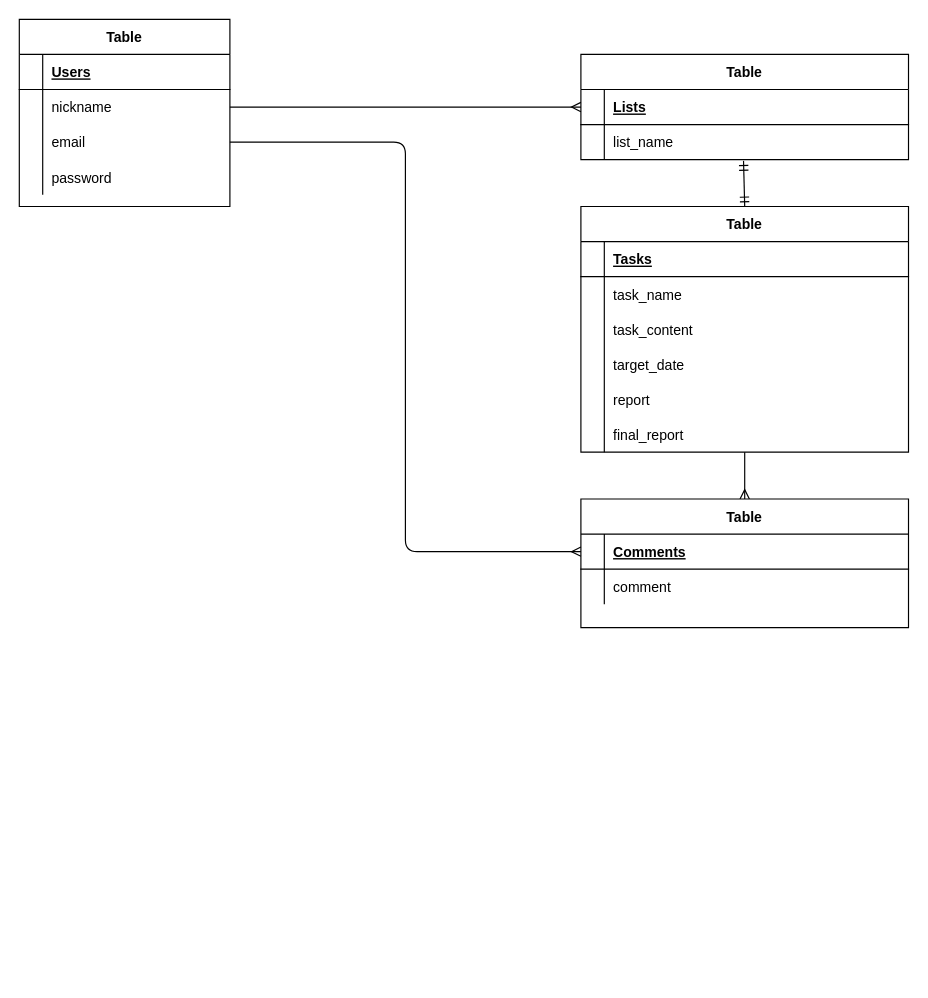
Earlier version of the draw.io diagram db.dio (IguchiRyo622/task-Bdash). Source tidied: cells renumbered, new cells numbered last; positions are measured from the earlier drawing's top-left corner, leaving out a move shared by most shapes. Both pictures are drawn from the tidied source at 117%, with x=0, y=0 at pixel (19, 19).
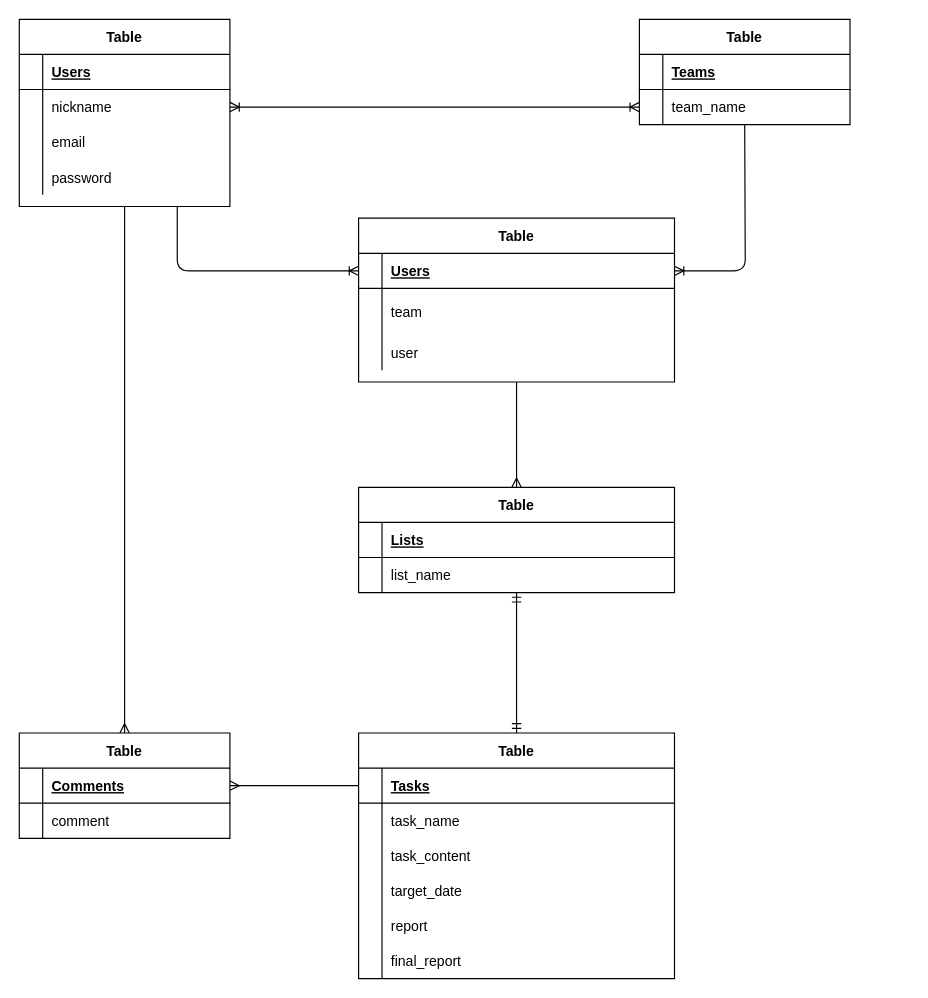
The same page after the edit.

The change refers to these unchanged cells:
```xml
<mxCell id="2" value="Table" style="shape=table;startSize=30;childLayout=tableLayout;rowLines=0;fontStyle=1;align=center;" parent="1" vertex="1">
  <mxGeometry width="180" height="160" as="geometry" />
</mxCell>
<mxCell id="6" style="shape=partialRectangle;fillColor=none;top=0;left=0;bottom=0;right=0;points=[[0,0.5],[1,0.5]];portConstraint=eastwest;" parent="2" vertex="1">
  <mxGeometry y="60" width="180" height="30" as="geometry" />
</mxCell>
<mxCell id="9" style="shape=partialRectangle;fillColor=none;top=0;left=0;bottom=0;right=0;points=[[0,0.5],[1,0.5]];portConstraint=eastwest;" parent="2" vertex="1">
  <mxGeometry y="90" width="180" height="30" as="geometry" />
</mxCell>
```

What changed in the source:
```diff
@@
-    <mxCell id="15" style="rounded=0;jettySize=auto;html=1;exitX=0;exitY=0.5;exitDx=0;exitDy=0;startArrow=ERmany;startFill=0;endArrow=none;endFill=0;entryX=1;entryY=0.5;entryDx=0;entryDy=0;" parent="1" edge="1" source="20" target="6">
+    <mxCell id="15" style="rounded=0;jettySize=auto;html=1;exitX=0.5;exitY=0;exitDx=0;exitDy=0;startArrow=ERmany;startFill=0;endArrow=none;endFill=0;entryX=0.5;entryY=1;entryDx=0;entryDy=0;" parent="1" edge="1" source="19" target="62">
       <mxGeometry relative="1" as="geometry" />
     </mxCell>
-    <mxCell id="16" style="fontSize=12;html=1;endArrow=ERmandOne;startArrow=ERmandOne;exitX=0.5;exitY=0;exitDx=0;exitDy=0;startFill=0;" parent="1" edge="1" source="26">
-      <mxGeometry relative="1" as="geometry">
-        <mxPoint x="619" y="121" as="targetPoint" />
-      </mxGeometry>
+    <mxCell id="16" style="fontSize=12;html=1;endArrow=ERmandOne;startArrow=ERmandOne;exitX=0.5;exitY=0;exitDx=0;exitDy=0;startFill=0;" parent="1" edge="1" source="26" target="23">
+      <mxGeometry relative="1" as="geometry" />
     </mxCell>
-    <mxCell id="17" style="edgeStyle=orthogonalEdgeStyle;fontSize=12;html=1;endArrow=ERmany;exitX=1;exitY=0.5;exitDx=0;exitDy=0;entryX=0;entryY=0.5;entryDx=0;entryDy=0;endFill=0;" parent="1" edge="1" source="9" target="46">
+    <mxCell id="17" style="fontSize=12;html=1;endArrow=ERmany;exitX=0.5;exitY=1;exitDx=0;exitDy=0;entryX=0.5;entryY=0;entryDx=0;entryDy=0;endFill=0;" parent="1" edge="1" source="2" target="45">
       <mxGeometry relative="1" as="geometry" />
     </mxCell>
-    <mxCell id="18" style="fontSize=12;html=1;endArrow=ERmany;endFill=0;" parent="1" edge="1" source="42" target="45">
+    <mxCell id="18" style="fontSize=12;html=1;endArrow=ERmany;endFill=0;exitX=0;exitY=0.5;exitDx=0;exitDy=0;entryX=1;entryY=0.5;entryDx=0;entryDy=0;" parent="1" edge="1" source="27" target="46">
       <mxGeometry relative="1" as="geometry" />
     </mxCell>
     <mxCell id="19" value="Table" style="shape=table;startSize=30;childLayout=tableLayout;rowLines=0;fontStyle=1;align=center;" parent="1" vertex="1">
-      <mxGeometry x="480" y="30" width="280" height="90" as="geometry" />
+      <mxGeometry x="290" y="400" width="270" height="90" as="geometry" />
     </mxCell>
     <mxCell id="20" style="shape=partialRectangle;fillColor=none;top=0;left=0;bottom=1;right=0;points=[[0,0.5],[1,0.5]];portConstraint=eastwest;" parent="19" vertex="1">
-      <mxGeometry y="30" width="280" height="30" as="geometry" />
+      <mxGeometry y="30" width="270" height="30" as="geometry" />
     </mxCell>
@@
     <mxCell id="22" value="Lists" style="shape=partialRectangle;fillColor=none;top=0;left=0;bottom=0;right=0;align=left;spacingLeft=6;fontStyle=5;overflow=hidden;" parent="20" vertex="1">
-      <mxGeometry x="20" width="260" height="30" as="geometry" />
+      <mxGeometry x="20" width="250" height="30" as="geometry" />
     </mxCell>
     <mxCell id="23" style="shape=partialRectangle;fillColor=none;top=0;left=0;bottom=0;right=0;points=[[0,0.5],[1,0.5]];portConstraint=eastwest;" parent="19" vertex="1">
-      <mxGeometry y="60" width="280" height="30" as="geometry" />
+      <mxGeometry y="60" width="270" height="30" as="geometry" />
     </mxCell>
@@
     <mxCell id="25" value="list_name" style="shape=partialRectangle;fillColor=none;top=0;left=0;bottom=0;right=0;align=left;spacingLeft=6;overflow=hidden;" parent="23" vertex="1">
-      <mxGeometry x="20" width="260" height="30" as="geometry" />
+      <mxGeometry x="20" width="250" height="30" as="geometry" />
     </mxCell>
+    <mxCell id="45" value="Table" style="shape=table;startSize=30;childLayout=tableLayout;rowLines=0;fontStyle=1;align=center;" parent="1" vertex="1">
+      <mxGeometry y="610" width="180" height="90" as="geometry" />
+    </mxCell>
+    <mxCell id="46" style="shape=partialRectangle;fillColor=none;top=0;left=0;bottom=1;right=0;points=[[0,0.5],[1,0.5]];portConstraint=eastwest;" parent="45" vertex="1">
+      <mxGeometry y="30" width="180" height="30" as="geometry" />
+    </mxCell>
+    <mxCell id="47" style="shape=partialRectangle;fillColor=none;top=0;left=0;bottom=0;right=0;fontStyle=1;overflow=hidden;" parent="46" vertex="1">
+      <mxGeometry width="20" height="30" as="geometry" />
+    </mxCell>
+    <mxCell id="48" value="Comments" style="shape=partialRectangle;fillColor=none;top=0;left=0;bottom=0;right=0;align=left;spacingLeft=6;fontStyle=5;overflow=hidden;" parent="46" vertex="1">
+      <mxGeometry x="20" width="160" height="30" as="geometry" />
+    </mxCell>
+    <mxCell id="49" style="shape=partialRectangle;fillColor=none;top=0;left=0;bottom=0;right=0;" parent="45" vertex="1">
+      <mxGeometry y="60" width="180" height="30" as="geometry" />
+    </mxCell>
+    <mxCell id="50" style="shape=partialRectangle;fillColor=none;top=0;left=0;bottom=0;right=0;overflow=hidden;" parent="49" vertex="1">
+      <mxGeometry width="20" height="30" as="geometry" />
+    </mxCell>
+    <mxCell id="51" value="comment" style="shape=partialRectangle;fillColor=none;top=0;left=0;bottom=0;right=0;align=left;spacingLeft=6;overflow=hidden;" parent="49" vertex="1">
+      <mxGeometry x="20" width="160" height="30" as="geometry" />
+    </mxCell>
+    <mxCell id="52" value="Table" style="shape=table;startSize=30;childLayout=tableLayout;rowLines=0;fontStyle=1;align=center;" parent="1" vertex="1">
+      <mxGeometry x="530" width="180" height="90" as="geometry" />
+    </mxCell>
+    <mxCell id="53" style="shape=partialRectangle;fillColor=none;top=0;left=0;bottom=1;right=0;" parent="52" vertex="1">
+      <mxGeometry y="30" width="180" height="30" as="geometry" />
+    </mxCell>
+    <mxCell id="54" style="shape=partialRectangle;fillColor=none;top=0;left=0;bottom=0;right=0;fontStyle=1;overflow=hidden;" parent="53" vertex="1">
+      <mxGeometry width="20" height="30" as="geometry" />
+    </mxCell>
+    <mxCell id="55" value="Teams" style="shape=partialRectangle;fillColor=none;top=0;left=0;bottom=0;right=0;align=left;spacingLeft=6;fontStyle=5;overflow=hidden;" parent="53" vertex="1">
+      <mxGeometry x="20" width="160" height="30" as="geometry" />
+    </mxCell>
+    <mxCell id="56" style="shape=partialRectangle;fillColor=none;top=0;left=0;bottom=0;right=0;points=[[0,0.5],[1,0.5]];portConstraint=eastwest;" parent="52" vertex="1">
+      <mxGeometry y="60" width="180" height="30" as="geometry" />
+    </mxCell>
+    <mxCell id="57" style="shape=partialRectangle;fillColor=none;top=0;left=0;bottom=0;right=0;overflow=hidden;" parent="56" vertex="1">
+      <mxGeometry width="20" height="30" as="geometry" />
+    </mxCell>
+    <mxCell id="58" value="team_name" style="shape=partialRectangle;fillColor=none;top=0;left=0;bottom=0;right=0;align=left;spacingLeft=6;overflow=hidden;" parent="56" vertex="1">
+      <mxGeometry x="20" width="160" height="30" as="geometry" />
+    </mxCell>
+    <mxCell id="59" style="edgeStyle=entityRelationEdgeStyle;fontSize=12;html=1;endArrow=ERoneToMany;startArrow=ERoneToMany;entryX=0;entryY=0.5;entryDx=0;entryDy=0;exitX=1;exitY=0.5;exitDx=0;exitDy=0;" parent="1" edge="1" source="6" target="56">
+      <mxGeometry relative="1" as="geometry" />
+    </mxCell>
+    <mxCell id="60" style="fontSize=12;html=1;endArrow=none;entryX=0.75;entryY=1;entryDx=0;entryDy=0;exitX=0;exitY=0.5;exitDx=0;exitDy=0;edgeStyle=orthogonalEdgeStyle;endFill=0;startArrow=ERoneToMany;startFill=0;" parent="1" edge="1" source="63" target="2">
+      <mxGeometry relative="1" as="geometry" />
+    </mxCell>
+    <mxCell id="61" style="fontSize=12;html=1;endArrow=none;edgeStyle=orthogonalEdgeStyle;startArrow=ERoneToMany;startFill=0;endFill=0;exitX=1;exitY=0.5;exitDx=0;exitDy=0;" parent="1" edge="1" source="63">
+      <mxGeometry relative="1" as="geometry">
+        <mxPoint x="620" y="90" as="targetPoint" />
+      </mxGeometry>
+    </mxCell>
+    <mxCell id="62" value="Table" style="shape=table;startSize=30;childLayout=tableLayout;rowLines=0;fontStyle=1;align=center;" parent="1" vertex="1">
+      <mxGeometry x="290" y="170" width="270" height="140" as="geometry" />
+    </mxCell>
+    <mxCell id="63" style="shape=partialRectangle;fillColor=none;top=0;left=0;bottom=1;right=0;points=[[0,0.5],[1,0.5]];portConstraint=eastwest;" parent="62" vertex="1">
+      <mxGeometry y="30" width="270" height="30" as="geometry" />
+    </mxCell>
+    <mxCell id="64" style="shape=partialRectangle;fillColor=none;top=0;left=0;bottom=0;right=0;fontStyle=1;overflow=hidden;" parent="63" vertex="1">
+      <mxGeometry width="20" height="30" as="geometry" />
+    </mxCell>
+    <mxCell id="65" value="Users" style="shape=partialRectangle;fillColor=none;top=0;left=0;bottom=0;right=0;align=left;spacingLeft=6;fontStyle=5;overflow=hidden;" parent="63" vertex="1">
+      <mxGeometry x="20" width="250" height="30" as="geometry" />
+    </mxCell>
+    <mxCell id="66" style="shape=partialRectangle;fillColor=none;top=0;left=0;bottom=0;right=0;" parent="62" vertex="1">
+      <mxGeometry y="60" width="270" height="40" as="geometry" />
+    </mxCell>
+    <mxCell id="67" style="shape=partialRectangle;fillColor=none;top=0;left=0;bottom=0;right=0;overflow=hidden;" parent="66" vertex="1">
+      <mxGeometry width="20" height="40" as="geometry" />
+    </mxCell>
+    <mxCell id="68" value="team" style="shape=partialRectangle;fillColor=none;top=0;left=0;bottom=0;right=0;align=left;spacingLeft=6;overflow=hidden;" parent="66" vertex="1">
+      <mxGeometry x="20" width="250" height="40" as="geometry" />
+    </mxCell>
+    <mxCell id="69" style="shape=partialRectangle;fillColor=none;top=0;left=0;bottom=0;right=0;" parent="62" vertex="1">
+      <mxGeometry y="100" width="270" height="30" as="geometry" />
+    </mxCell>
+    <mxCell id="70" style="shape=partialRectangle;fillColor=none;top=0;left=0;bottom=0;right=0;overflow=hidden;" parent="69" vertex="1">
+      <mxGeometry width="20" height="30" as="geometry" />
+    </mxCell>
+    <mxCell id="71" value="user" style="shape=partialRectangle;fillColor=none;top=0;left=0;bottom=0;right=0;align=left;spacingLeft=6;overflow=hidden;" parent="69" vertex="1">
+      <mxGeometry x="20" width="250" height="30" as="geometry" />
+    </mxCell>
     <mxCell id="26" value="Table" style="shape=table;startSize=30;childLayout=tableLayout;rowLines=0;fontStyle=1;align=center;" parent="1" vertex="1">
-      <mxGeometry x="480" y="160" width="280" height="210" as="geometry" />
+      <mxGeometry x="290" y="610" width="270" height="210" as="geometry" />
     </mxCell>
     <mxCell id="27" style="shape=partialRectangle;fillColor=none;top=0;left=0;bottom=1;right=0;points=[[0,0.5],[1,0.5]];portConstraint=eastwest;" parent="26" vertex="1">
-      <mxGeometry y="30" width="280" height="30" as="geometry" />
+      <mxGeometry y="30" width="270" height="30" as="geometry" />
     </mxCell>
@@
     <mxCell id="29" value="Tasks" style="shape=partialRectangle;fillColor=none;top=0;left=0;bottom=0;right=0;align=left;spacingLeft=6;fontStyle=5;overflow=hidden;" parent="27" vertex="1">
-      <mxGeometry x="20" width="260" height="30" as="geometry" />
+      <mxGeometry x="20" width="250" height="30" as="geometry" />
     </mxCell>
     <mxCell id="30" style="shape=partialRectangle;fillColor=none;top=0;left=0;bottom=0;right=0;" parent="26" vertex="1">
-      <mxGeometry y="60" width="280" height="30" as="geometry" />
+      <mxGeometry y="60" width="270" height="30" as="geometry" />
     </mxCell>
@@
     <mxCell id="32" value="task_name" style="shape=partialRectangle;fillColor=none;top=0;left=0;bottom=0;right=0;align=left;spacingLeft=6;overflow=hidden;" parent="30" vertex="1">
-      <mxGeometry x="20" width="260" height="30" as="geometry" />
+      <mxGeometry x="20" width="250" height="30" as="geometry" />
     </mxCell>
     <mxCell id="33" style="shape=partialRectangle;fillColor=none;top=0;left=0;bottom=0;right=0;" parent="26" vertex="1">
-      <mxGeometry y="90" width="280" height="30" as="geometry" />
+      <mxGeometry y="90" width="270" height="30" as="geometry" />
     </mxCell>
@@
     <mxCell id="35" value="task_content" style="shape=partialRectangle;fillColor=none;top=0;left=0;bottom=0;right=0;align=left;spacingLeft=6;overflow=hidden;" parent="33" vertex="1">
-      <mxGeometry x="20" width="260" height="30" as="geometry" />
+      <mxGeometry x="20" width="250" height="30" as="geometry" />
     </mxCell>
     <mxCell id="36" style="shape=partialRectangle;fillColor=none;top=0;left=0;bottom=0;right=0;" parent="26" vertex="1">
-      <mxGeometry y="120" width="280" height="30" as="geometry" />
+      <mxGeometry y="120" width="270" height="30" as="geometry" />
     </mxCell>
@@
     <mxCell id="38" value="target_date" style="shape=partialRectangle;fillColor=none;top=0;left=0;bottom=0;right=0;align=left;spacingLeft=6;overflow=hidden;" parent="36" vertex="1">
-      <mxGeometry x="20" width="260" height="30" as="geometry" />
+      <mxGeometry x="20" width="250" height="30" as="geometry" />
     </mxCell>
     <mxCell id="39" style="shape=partialRectangle;fillColor=none;top=0;left=0;bottom=0;right=0;" parent="26" vertex="1">
-      <mxGeometry y="150" width="280" height="30" as="geometry" />
+      <mxGeometry y="150" width="270" height="30" as="geometry" />
     </mxCell>
@@
     <mxCell id="41" value="report" style="shape=partialRectangle;fillColor=none;top=0;left=0;bottom=0;right=0;align=left;spacingLeft=6;overflow=hidden;" parent="39" vertex="1">
-      <mxGeometry x="20" width="260" height="30" as="geometry" />
+      <mxGeometry x="20" width="250" height="30" as="geometry" />
     </mxCell>
     <mxCell id="42" style="shape=partialRectangle;fillColor=none;top=0;left=0;bottom=0;right=0;points=[[0,0.5],[1,0.5]];portConstraint=eastwest;" parent="26" vertex="1">
-      <mxGeometry y="180" width="280" height="30" as="geometry" />
+      <mxGeometry y="180" width="270" height="30" as="geometry" />
     </mxCell>
@@
     <mxCell id="44" value="final_report" style="shape=partialRectangle;fillColor=none;top=0;left=0;bottom=0;right=0;align=left;spacingLeft=6;overflow=hidden;" parent="42" vertex="1">
-      <mxGeometry x="20" width="260" height="30" as="geometry" />
+      <mxGeometry x="20" width="250" height="30" as="geometry" />
     </mxCell>
-    <mxCell id="45" value="Table" style="shape=table;startSize=30;childLayout=tableLayout;rowLines=0;fontStyle=1;align=center;" parent="1" vertex="1">
-      <mxGeometry x="480" y="410" width="280" height="110" as="geometry" />
-    </mxCell>
-    <mxCell id="46" style="shape=partialRectangle;fillColor=none;top=0;left=0;bottom=1;right=0;points=[[0,0.5],[1,0.5]];portConstraint=eastwest;" parent="45" vertex="1">
-      <mxGeometry y="30" width="280" height="30" as="geometry" />
-    </mxCell>
-    <mxCell id="47" style="shape=partialRectangle;fillColor=none;top=0;left=0;bottom=0;right=0;fontStyle=1;overflow=hidden;" parent="46" vertex="1">
-      <mxGeometry width="20" height="30" as="geometry" />
-    </mxCell>
-    <mxCell id="48" value="Comments" style="shape=partialRectangle;fillColor=none;top=0;left=0;bottom=0;right=0;align=left;spacingLeft=6;fontStyle=5;overflow=hidden;" parent="46" vertex="1">
-      <mxGeometry x="20" width="260" height="30" as="geometry" />
-    </mxCell>
-    <mxCell id="49" style="shape=partialRectangle;fillColor=none;top=0;left=0;bottom=0;right=0;" parent="45" vertex="1">
-      <mxGeometry y="60" width="280" height="30" as="geometry" />
-    </mxCell>
-    <mxCell id="50" style="shape=partialRectangle;fillColor=none;top=0;left=0;bottom=0;right=0;overflow=hidden;" parent="49" vertex="1">
-      <mxGeometry width="20" height="30" as="geometry" />
-    </mxCell>
-    <mxCell id="51" value="comment" style="shape=partialRectangle;fillColor=none;top=0;left=0;bottom=0;right=0;align=left;spacingLeft=6;overflow=hidden;" parent="49" vertex="1">
-      <mxGeometry x="20" width="260" height="30" as="geometry" />
-    </mxCell>
```
